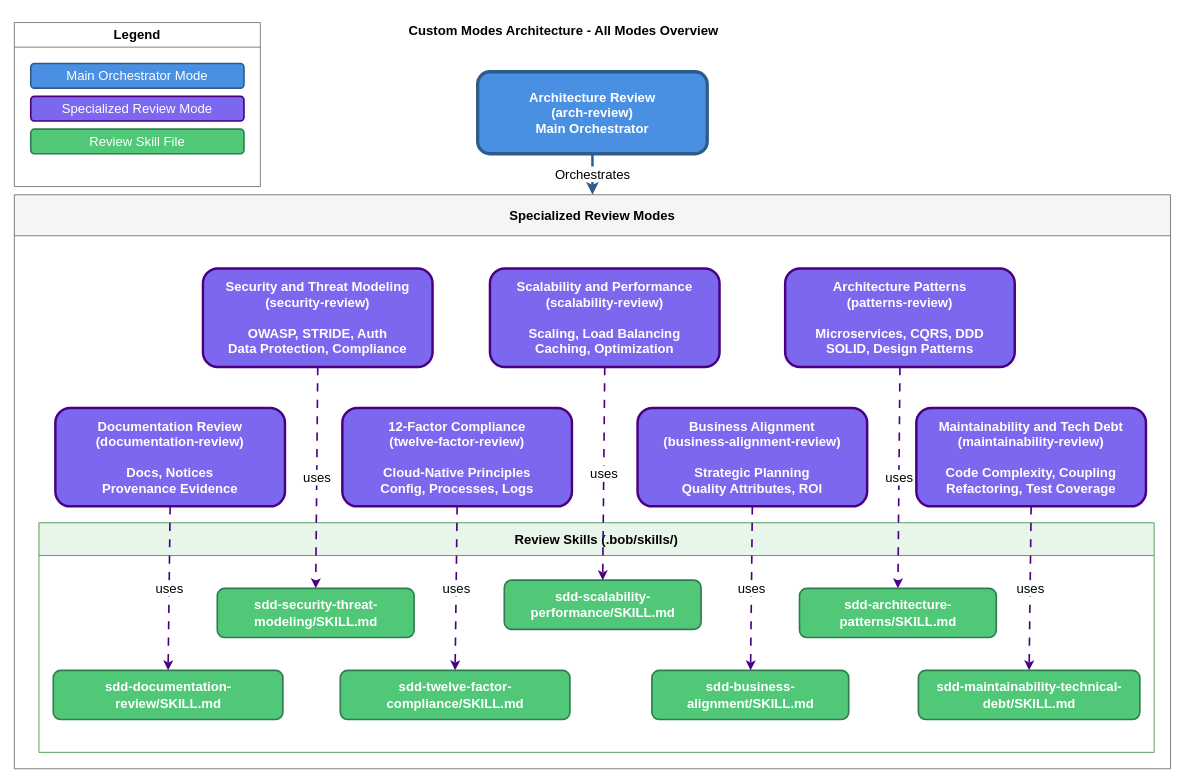
thomassuedbroecker/review_and_sdd_custom_ibm_bob_configuration_template keeps this draw.io diagram as .bob/documentation/diagramms/custom-modes-overview.drawio. Above is the earlier version. Source tidied: cells renumbered, new cells numbered last; positions are measured from the earlier drawing's top-left corner, leaving out a move shared by most shapes. Both pictures are drawn from the tidied source at 82%, with x=0, y=0 at pixel (14, 14).
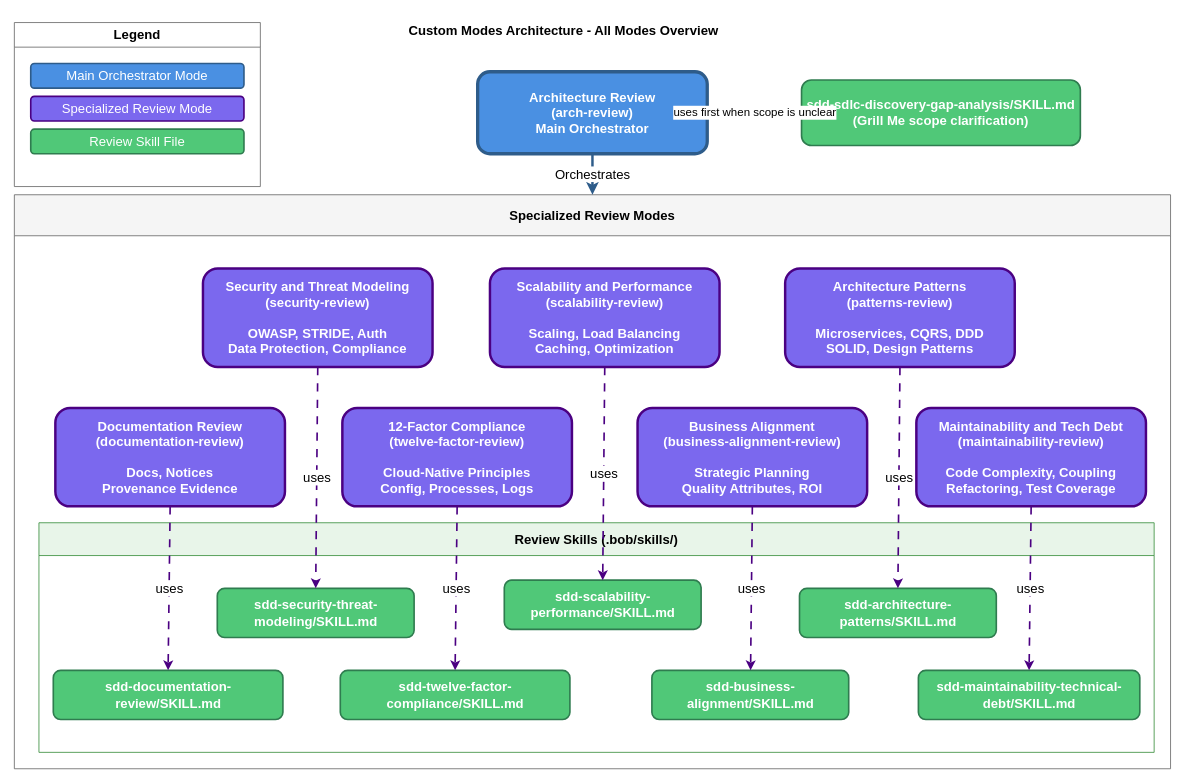
The same diagram, later.

The change refers to these unchanged cells:
```xml
<mxCell id="3" value="Architecture Review&#10;(arch-review)&#10;Main Orchestrator" style="rounded=1;whiteSpace=wrap;html=1;fillColor=#4A90E2;strokeColor=#2E5C8A;strokeWidth=4;fontSize=16;fontStyle=1;fontColor=#FFFFFF;" parent="1" vertex="1">
  <mxGeometry x="565" y="70" width="280" height="100" as="geometry" />
</mxCell>
```

Diff of the diagram source:
```diff
@@
+    <mxCell id="32" value="sdd-sdlc-discovery-gap-analysis/SKILL.md&#10;(Grill Me scope clarification)" style="rounded=1;whiteSpace=wrap;html=1;fillColor=#50C878;strokeColor=#2F7C4F;strokeWidth=2;fontSize=16;fontStyle=1;fontColor=#FFFFFF;" parent="1" vertex="1">
+      <mxGeometry x="960" y="80" width="340" height="80" as="geometry" />
+    </mxCell>
+    <mxCell id="33" value="uses first when scope is unclear" style="endArrow=classic;html=1;rounded=0;strokeWidth=2;fontSize=14;strokeColor=#2F7C4F;dashed=1;dashPattern=5 5;exitX=1;exitY=0.5;exitDx=0;exitDy=0;entryX=0;entryY=0.5;entryDx=0;entryDy=0;" parent="1" edge="1" source="3" target="32">
+      <mxGeometry relative="1" as="geometry" />
+    </mxCell>
```
